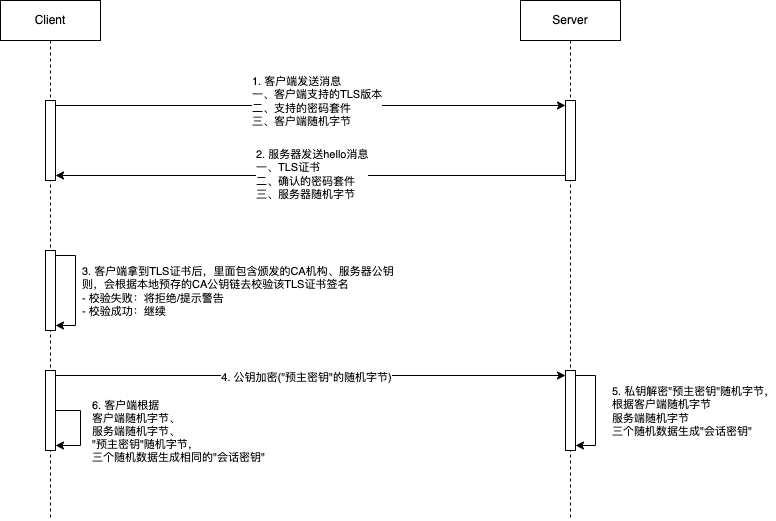
The draw.io diagram TLS协议.drawio.png in JYbill/draw, before a commit. Source tidied: cells renumbered, new cells last; positions are measured from the earlier drawing's top-left corner, leaving out a move shared by most shapes.
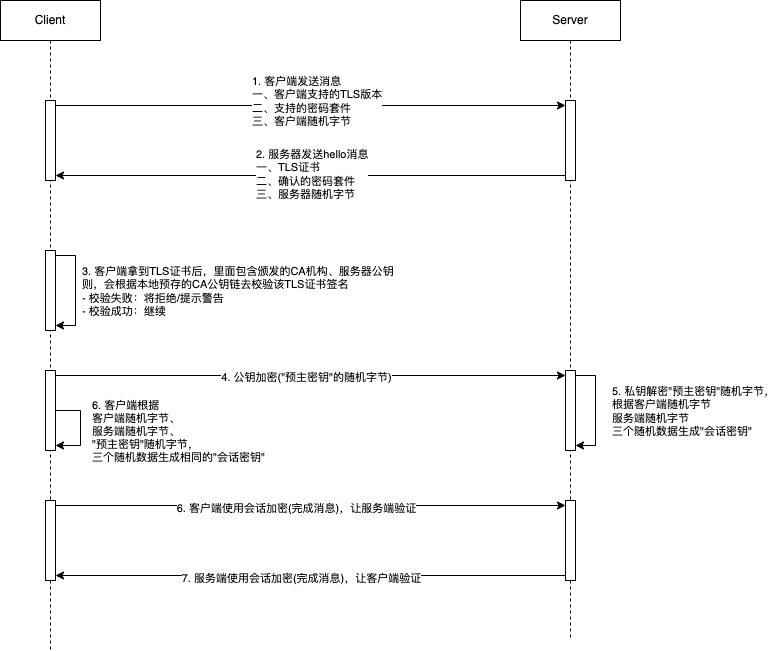
The same diagram one commit later.

The edit, as a diff of the source:
```diff
@@ -3,7 +3,7 @@
     <mxCell id="0" />
     <mxCell id="1" parent="0" />
     <mxCell id="2" value="Client" style="shape=umlLifeline;perimeter=lifelinePerimeter;whiteSpace=wrap;html=1;newEdgeStyle={&quot;curved&quot;:0,&quot;rounded&quot;:0};" parent="1" vertex="1">
-      <mxGeometry width="100" height="520" as="geometry" />
+      <mxGeometry width="100" height="650" as="geometry" />
     </mxCell>
     <mxCell id="3" style="html=1;points=[[0,0,0,0,5],[0,1,0,0,-5],[1,0,0,0,5],[1,1,0,0,-5]];perimeter=orthogonalPerimeter;outlineConnect=0;targetShapes=umlLifeline;portConstraint=eastwest;newEdgeStyle={&quot;curved&quot;:0,&quot;rounded&quot;:0};" parent="2" vertex="1">
       <mxGeometry x="45" y="100" width="10" height="80" as="geometry" />
@@ -35,8 +35,11 @@
         <mxPoint x="10" as="offset" />
       </mxGeometry>
     </mxCell>
+    <mxCell id="21" style="html=1;points=[[0,0,0,0,5],[0,1,0,0,-5],[1,0,0,0,5],[1,0.5,0,0,0],[1,1,0,0,-5]];perimeter=orthogonalPerimeter;outlineConnect=0;targetShapes=umlLifeline;portConstraint=eastwest;newEdgeStyle={&quot;curved&quot;:0,&quot;rounded&quot;:0};" parent="2" vertex="1">
+      <mxGeometry x="45" y="500" width="10" height="80" as="geometry" />
+    </mxCell>
     <mxCell id="10" value="Server" style="shape=umlLifeline;perimeter=lifelinePerimeter;whiteSpace=wrap;html=1;newEdgeStyle={&quot;curved&quot;:0,&quot;rounded&quot;:0};" parent="1" vertex="1">
-      <mxGeometry x="520" width="100" height="520" as="geometry" />
+      <mxGeometry x="520" width="100" height="640" as="geometry" />
     </mxCell>
     <mxCell id="11" style="html=1;points=[[0,0,0,0,5],[0,1,0,0,-5],[1,0,0,0,5],[1,1,0,0,-5]];perimeter=orthogonalPerimeter;outlineConnect=0;targetShapes=umlLifeline;portConstraint=eastwest;newEdgeStyle={&quot;curved&quot;:0,&quot;rounded&quot;:0};" parent="10" vertex="1">
       <mxGeometry x="45" y="100" width="10" height="80" as="geometry" />
@@ -52,6 +55,9 @@
         <mxPoint x="14" y="1" as="offset" />
       </mxGeometry>
     </mxCell>
+    <mxCell id="22" style="html=1;points=[[0,0,0,0,5],[0,1,0,0,-5],[1,0,0,0,5],[1,0.5,0,0,0],[1,1,0,0,-5]];perimeter=orthogonalPerimeter;outlineConnect=0;targetShapes=umlLifeline;portConstraint=eastwest;newEdgeStyle={&quot;curved&quot;:0,&quot;rounded&quot;:0};" parent="10" vertex="1">
+      <mxGeometry x="45" y="500" width="10" height="80" as="geometry" />
+    </mxCell>
     <mxCell id="15" style="edgeStyle=orthogonalEdgeStyle;rounded=0;jettySize=auto;html=1;curved=0;exitX=1;exitY=0;exitDx=0;exitDy=5;exitPerimeter=0;entryX=0;entryY=0;entryDx=0;entryDy=5;entryPerimeter=0;" parent="1" edge="1" source="3" target="11">
       <mxGeometry relative="1" as="geometry" />
     </mxCell>
@@ -72,5 +78,19 @@
     <mxCell id="20" value="4. 公钥加密(&quot;预主密钥&quot;的随机字节)" style="edgeLabel;html=1;align=center;verticalAlign=middle;" parent="19" vertex="1">
       <mxGeometry x="-0.02" y="-1" relative="1" as="geometry" />
     </mxCell>
+    <mxCell id="23" style="edgeStyle=orthogonalEdgeStyle;rounded=0;jettySize=auto;html=1;curved=0;exitX=0;exitY=0;exitDx=0;exitDy=5;exitPerimeter=0;entryX=1;entryY=0;entryDx=0;entryDy=5;entryPerimeter=0;startArrow=classic;startFill=1;endArrow=none;endFill=0;" parent="1" edge="1" source="22" target="21">
+      <mxGeometry relative="1" as="geometry" />
+    </mxCell>
+    <mxCell id="24" value="6. 客户端使用会话加密(完成消息)，让服务端验证" style="edgeLabel;html=1;align=center;verticalAlign=middle;" parent="23" vertex="1">
+      <mxGeometry x="0.06" y="2" relative="1" as="geometry" />
+    </mxCell>
+    <mxCell id="25" style="edgeStyle=orthogonalEdgeStyle;rounded=0;jettySize=auto;html=1;curved=0;exitX=0;exitY=1;exitDx=0;exitDy=-5;exitPerimeter=0;entryX=1;entryY=1;entryDx=0;entryDy=-5;entryPerimeter=0;" parent="1" edge="1" source="22" target="21">
+      <mxGeometry relative="1" as="geometry" />
+    </mxCell>
+    <mxCell id="26" value="7. 服务端使用会话加密(完成消息)，让客户端验证" style="edgeLabel;html=1;align=center;verticalAlign=middle;" parent="25" vertex="1">
+      <mxGeometry x="0.1" y="2" relative="1" as="geometry">
+        <mxPoint x="16" as="offset" />
+      </mxGeometry>
+    </mxCell>
   </root>
 </mxGraphModel>
```
